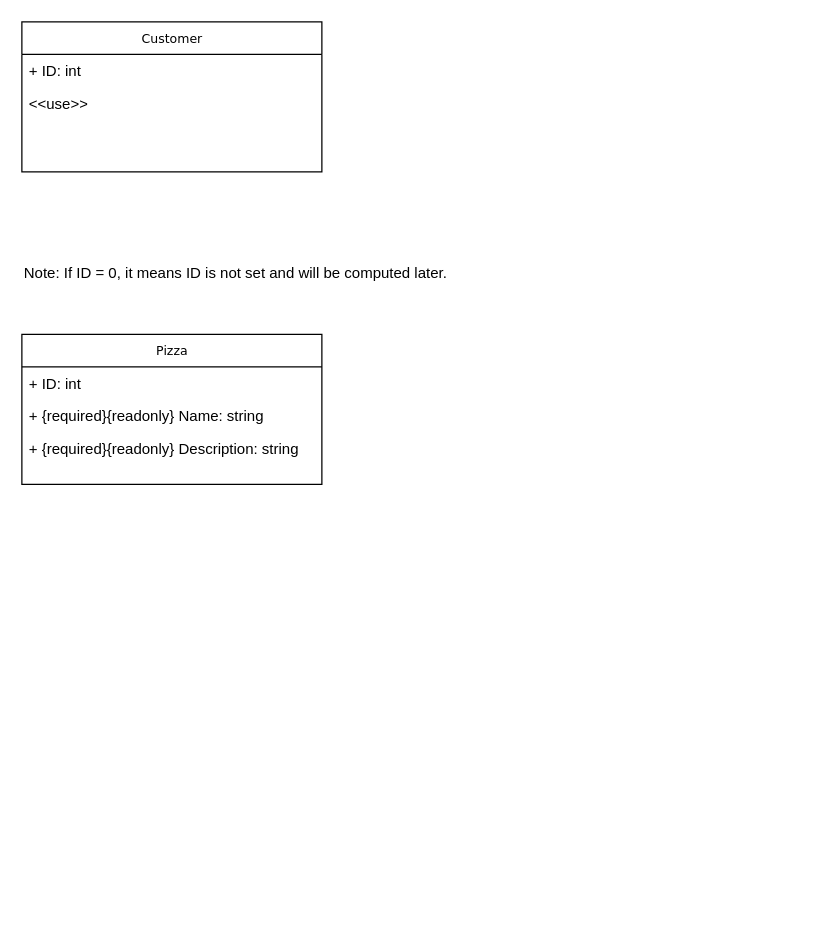
ekral/Utb.PizzaKiosk keeps this draw.io diagram as Diagrams/class_diagram_pizza_kiosk.drawio. Above is the earlier version. Source tidied: cells renumbered, new cells numbered last; positions are measured from the earlier drawing's top-left corner, leaving out a move shared by most shapes. Both pictures are drawn from the tidied source at 125%, with x=0, y=0 at pixel (21, 21).
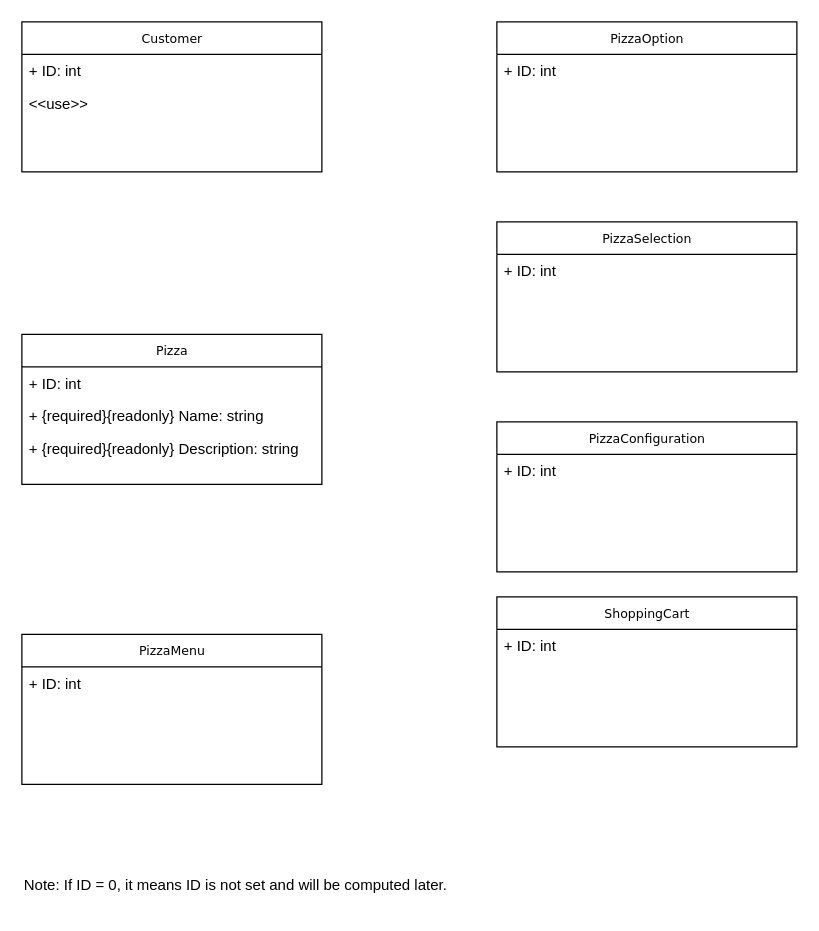
The same page after the edit.

Commit message:
Create uml classes

The edit, as a diff of the source:
```diff
@@
 <mxGraphModel>
   <root>
     <mxCell id="0" />
     <mxCell id="1" parent="0" />
     <mxCell id="2" value="Pizza" style="swimlane;html=1;fontStyle=0;horizontal=1;startSize=26;fillColor=none;swimlaneFillColor=#ffffff;rounded=0;shadow=0;comic=0;labelBackgroundColor=none;strokeWidth=1;fontFamily=Verdana;fontSize=10;align=center;" parent="1" vertex="1">
       <mxGeometry y="250" width="240" height="120" as="geometry" />
     </mxCell>
     <mxCell id="3" value="+ ID: int" style="text;html=1;strokeColor=none;fillColor=none;align=left;verticalAlign=top;spacingLeft=4;spacingRight=4;whiteSpace=wrap;overflow=hidden;" parent="2" vertex="1">
       <mxGeometry y="26" width="240" height="26" as="geometry" />
     </mxCell>
     <mxCell id="4" value="+ {required}{readonly}&amp;nbsp;Name: string " style="text;html=1;strokeColor=none;fillColor=none;align=left;verticalAlign=top;spacingLeft=4;spacingRight=4;whiteSpace=wrap;overflow=hidden;" parent="2" vertex="1">
       <mxGeometry y="52" width="240" height="26" as="geometry" />
     </mxCell>
     <mxCell id="5" value="+ {required}{readonly} Description: string " style="text;html=1;strokeColor=none;fillColor=none;align=left;verticalAlign=top;spacingLeft=4;spacingRight=4;whiteSpace=wrap;overflow=hidden;" parent="2" vertex="1">
       <mxGeometry y="78" width="240" height="26" as="geometry" />
     </mxCell>
     <mxCell id="6" value="Customer" style="swimlane;html=1;fontStyle=0;horizontal=1;startSize=26;fillColor=none;swimlaneFillColor=#ffffff;rounded=0;shadow=0;comic=0;labelBackgroundColor=none;strokeWidth=1;fontFamily=Verdana;fontSize=10;align=center;" parent="1" vertex="1">
       <mxGeometry width="240" height="120" as="geometry" />
     </mxCell>
     <mxCell id="7" value="+ ID: int" style="text;html=1;strokeColor=none;fillColor=none;align=left;verticalAlign=top;spacingLeft=4;spacingRight=4;whiteSpace=wrap;overflow=hidden;" parent="6" vertex="1">
       <mxGeometry y="26" width="240" height="26" as="geometry" />
     </mxCell>
     <mxCell id="8" value="&amp;lt;&amp;lt;use&amp;gt;&amp;gt;" style="text;html=1;strokeColor=none;fillColor=none;align=left;verticalAlign=top;spacingLeft=4;spacingRight=4;whiteSpace=wrap;overflow=hidden;" parent="6" vertex="1">
       <mxGeometry y="52" width="240" height="26" as="geometry" />
     </mxCell>
     <mxCell id="9" value="Note: If ID = 0, it means ID is not set and will be computed later." style="text;strokeColor=none;fillColor=none;align=left;verticalAlign=middle;rounded=0;" parent="1" vertex="1">
-      <mxGeometry y="180" width="360" height="40" as="geometry" />
+      <mxGeometry y="670" width="360" height="40" as="geometry" />
     </mxCell>
+    <mxCell id="10" value="PizzaOption" style="swimlane;html=1;fontStyle=0;horizontal=1;startSize=26;fillColor=none;swimlaneFillColor=#ffffff;rounded=0;shadow=0;comic=0;labelBackgroundColor=none;strokeWidth=1;fontFamily=Verdana;fontSize=10;align=center;" parent="1" vertex="1">
+      <mxGeometry x="380" width="240" height="120" as="geometry" />
+    </mxCell>
+    <mxCell id="11" value="+ ID: int" style="text;html=1;strokeColor=none;fillColor=none;align=left;verticalAlign=top;spacingLeft=4;spacingRight=4;whiteSpace=wrap;overflow=hidden;" parent="10" vertex="1">
+      <mxGeometry y="26" width="240" height="26" as="geometry" />
+    </mxCell>
+    <mxCell id="12" value="PizzaSelection" style="swimlane;html=1;fontStyle=0;horizontal=1;startSize=26;fillColor=none;swimlaneFillColor=#ffffff;rounded=0;shadow=0;comic=0;labelBackgroundColor=none;strokeWidth=1;fontFamily=Verdana;fontSize=10;align=center;" parent="1" vertex="1">
+      <mxGeometry x="380" y="160" width="240" height="120" as="geometry" />
+    </mxCell>
+    <mxCell id="13" value="+ ID: int" style="text;html=1;strokeColor=none;fillColor=none;align=left;verticalAlign=top;spacingLeft=4;spacingRight=4;whiteSpace=wrap;overflow=hidden;" parent="12" vertex="1">
+      <mxGeometry y="26" width="240" height="26" as="geometry" />
+    </mxCell>
+    <mxCell id="14" value="PizzaConfiguration" style="swimlane;html=1;fontStyle=0;horizontal=1;startSize=26;fillColor=none;swimlaneFillColor=#ffffff;rounded=0;shadow=0;comic=0;labelBackgroundColor=none;strokeWidth=1;fontFamily=Verdana;fontSize=10;align=center;" parent="1" vertex="1">
+      <mxGeometry x="380" y="320" width="240" height="120" as="geometry" />
+    </mxCell>
+    <mxCell id="15" value="+ ID: int" style="text;html=1;strokeColor=none;fillColor=none;align=left;verticalAlign=top;spacingLeft=4;spacingRight=4;whiteSpace=wrap;overflow=hidden;" parent="14" vertex="1">
+      <mxGeometry y="26" width="240" height="26" as="geometry" />
+    </mxCell>
+    <mxCell id="16" value="PizzaMenu" style="swimlane;html=1;fontStyle=0;horizontal=1;startSize=26;fillColor=none;swimlaneFillColor=#ffffff;rounded=0;shadow=0;comic=0;labelBackgroundColor=none;strokeWidth=1;fontFamily=Verdana;fontSize=10;align=center;" parent="1" vertex="1">
+      <mxGeometry y="490" width="240" height="120" as="geometry" />
+    </mxCell>
+    <mxCell id="17" value="+ ID: int" style="text;html=1;strokeColor=none;fillColor=none;align=left;verticalAlign=top;spacingLeft=4;spacingRight=4;whiteSpace=wrap;overflow=hidden;" parent="16" vertex="1">
+      <mxGeometry y="26" width="240" height="26" as="geometry" />
+    </mxCell>
+    <mxCell id="18" value="ShoppingCart" style="swimlane;html=1;fontStyle=0;horizontal=1;startSize=26;fillColor=none;swimlaneFillColor=#ffffff;rounded=0;shadow=0;comic=0;labelBackgroundColor=none;strokeWidth=1;fontFamily=Verdana;fontSize=10;align=center;" parent="1" vertex="1">
+      <mxGeometry x="380" y="460" width="240" height="120" as="geometry" />
+    </mxCell>
+    <mxCell id="19" value="+ ID: int" style="text;html=1;strokeColor=none;fillColor=none;align=left;verticalAlign=top;spacingLeft=4;spacingRight=4;whiteSpace=wrap;overflow=hidden;" parent="18" vertex="1">
+      <mxGeometry y="26" width="240" height="26" as="geometry" />
+    </mxCell>
   </root>
 </mxGraphModel>
```
